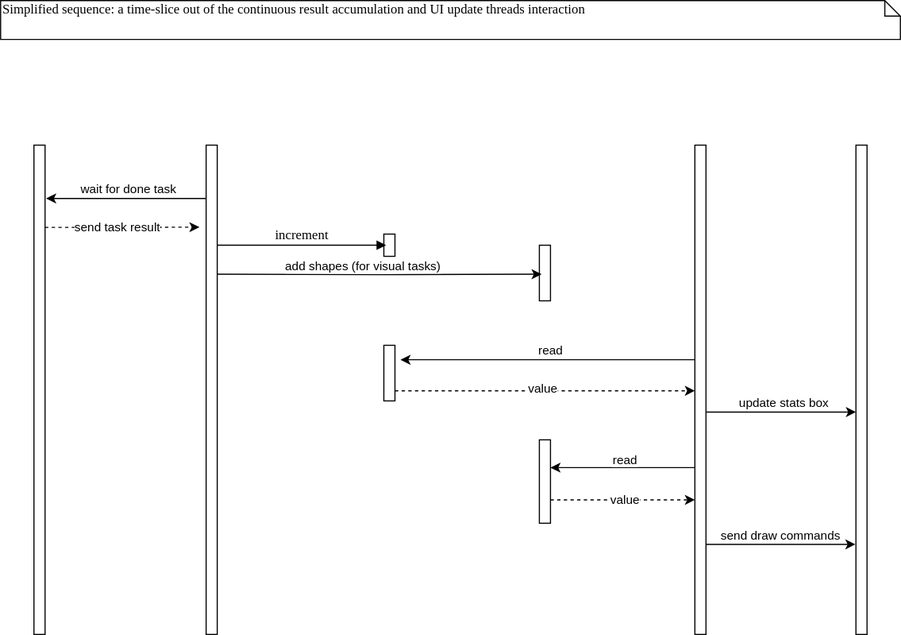
This is images/threadoff-result-handling.svg from cdonhofer/ThreadOff, a draw.io export, as it was before one commit. Source tidied: cells renumbered, new cells last; positions are measured from the earlier drawing's top-left corner, leaving out a move shared by most shapes.
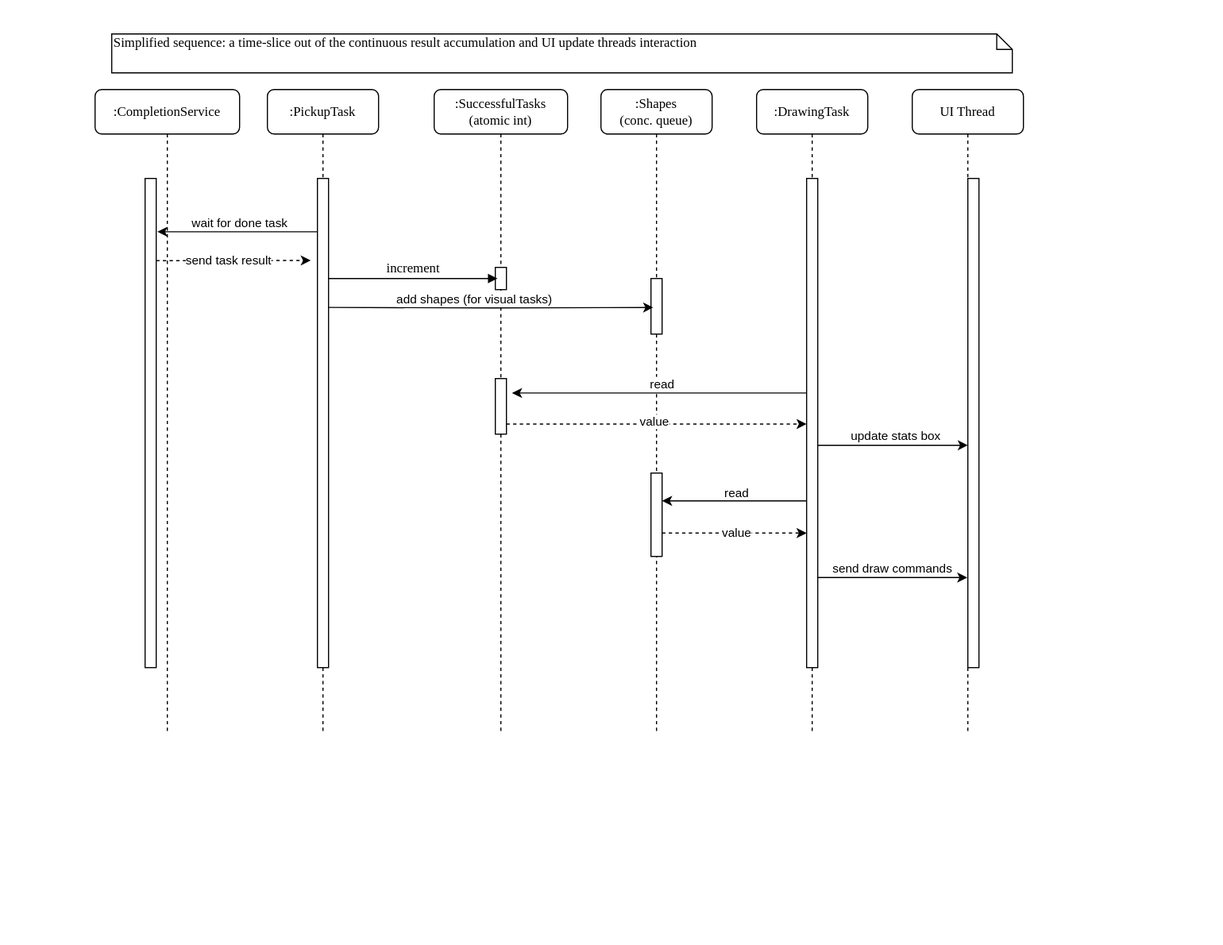
Later version of the same file.

Commit message:
* typos and improved diagram * renamed design page

Diff of the diagram source:
```diff
@@ -2,31 +2,49 @@
   <root>
     <mxCell id="0" />
     <mxCell id="1" parent="0" />
-    <mxCell id="2" style="html=1;points=[];perimeter=orthogonalPerimeter;rounded=0;shadow=0;comic=0;labelBackgroundColor=none;strokeWidth=1;fontFamily=Verdana;fontSize=12;align=center;" parent="1" vertex="1">
-      <mxGeometry x="185" y="130" width="10" height="440" as="geometry" />
-    </mxCell>
-    <mxCell id="3" style="html=1;points=[];perimeter=orthogonalPerimeter;rounded=0;shadow=0;comic=0;labelBackgroundColor=none;strokeWidth=1;fontFamily=Verdana;fontSize=12;align=center;" parent="1" vertex="1">
-      <mxGeometry x="345" y="210" width="10" height="20" as="geometry" />
-    </mxCell>
-    <mxCell id="4" style="html=1;points=[];perimeter=orthogonalPerimeter;rounded=0;shadow=0;comic=0;labelBackgroundColor=none;strokeWidth=1;fontFamily=Verdana;fontSize=12;align=center;" parent="1" vertex="1">
-      <mxGeometry x="345" y="310" width="10" height="50" as="geometry" />
-    </mxCell>
-    <mxCell id="5" style="html=1;points=[];perimeter=orthogonalPerimeter;rounded=0;shadow=0;comic=0;labelBackgroundColor=none;strokeWidth=1;fontFamily=Verdana;fontSize=12;align=center;" parent="1" vertex="1">
-      <mxGeometry x="485" y="395" width="10" height="75" as="geometry" />
-    </mxCell>
-    <mxCell id="6" style="html=1;points=[];perimeter=orthogonalPerimeter;rounded=0;shadow=0;comic=0;labelBackgroundColor=none;strokeWidth=1;fontFamily=Verdana;fontSize=12;align=center;" parent="1" vertex="1">
-      <mxGeometry x="625" y="130" width="10" height="440" as="geometry" />
-    </mxCell>
-    <mxCell id="7" style="html=1;points=[];perimeter=orthogonalPerimeter;rounded=0;shadow=0;comic=0;labelBackgroundColor=none;strokeWidth=1;fontFamily=Verdana;fontSize=12;align=center;" parent="1" vertex="1">
-      <mxGeometry x="30" y="130" width="10" height="440" as="geometry" />
-    </mxCell>
+    <mxCell id="30" value=":PickupTask" style="shape=umlLifeline;perimeter=lifelinePerimeter;whiteSpace=wrap;html=1;rounded=1;shadow=0;comic=0;labelBackgroundColor=none;strokeWidth=1;fontFamily=Verdana;fontSize=12;align=center;" parent="1" vertex="1">
+      <mxGeometry x="140" y="50" width="100" height="580" as="geometry" />
+    </mxCell>
+    <mxCell id="31" style="html=1;points=[];perimeter=orthogonalPerimeter;rounded=0;shadow=0;comic=0;labelBackgroundColor=none;strokeWidth=1;fontFamily=Verdana;fontSize=12;align=center;" parent="30" vertex="1">
+      <mxGeometry x="45" y="80" width="10" height="440" as="geometry" />
+    </mxCell>
+    <mxCell id="32" value="&lt;div&gt;:SuccessfulTasks&lt;/div&gt;&lt;div&gt;(atomic int)&lt;br&gt;&lt;/div&gt;" style="shape=umlLifeline;perimeter=lifelinePerimeter;whiteSpace=wrap;html=1;rounded=1;shadow=0;comic=0;labelBackgroundColor=none;strokeWidth=1;fontFamily=Verdana;fontSize=12;align=center;" parent="1" vertex="1">
+      <mxGeometry x="290" y="50" width="120" height="580" as="geometry" />
+    </mxCell>
+    <mxCell id="33" style="html=1;points=[];perimeter=orthogonalPerimeter;rounded=0;shadow=0;comic=0;labelBackgroundColor=none;strokeWidth=1;fontFamily=Verdana;fontSize=12;align=center;" parent="32" vertex="1">
+      <mxGeometry x="55" y="160" width="10" height="20" as="geometry" />
+    </mxCell>
+    <mxCell id="34" style="html=1;points=[];perimeter=orthogonalPerimeter;rounded=0;shadow=0;comic=0;labelBackgroundColor=none;strokeWidth=1;fontFamily=Verdana;fontSize=12;align=center;" parent="32" vertex="1">
+      <mxGeometry x="55" y="260" width="10" height="50" as="geometry" />
+    </mxCell>
+    <mxCell id="35" value="&lt;div&gt;:Shapes&lt;/div&gt;&lt;div&gt;(conc. queue)&lt;br&gt;&lt;/div&gt;" style="shape=umlLifeline;perimeter=lifelinePerimeter;whiteSpace=wrap;html=1;rounded=1;shadow=0;comic=0;labelBackgroundColor=none;strokeWidth=1;fontFamily=Verdana;fontSize=12;align=center;" parent="1" vertex="1">
+      <mxGeometry x="440" y="50" width="100" height="580" as="geometry" />
+    </mxCell>
+    <mxCell id="36" style="html=1;points=[];perimeter=orthogonalPerimeter;rounded=0;shadow=0;comic=0;labelBackgroundColor=none;strokeWidth=1;fontFamily=Verdana;fontSize=12;align=center;" parent="35" vertex="1">
+      <mxGeometry x="45" y="345" width="10" height="75" as="geometry" />
+    </mxCell>
+    <mxCell id="37" value=":DrawingTask" style="shape=umlLifeline;perimeter=lifelinePerimeter;whiteSpace=wrap;html=1;rounded=1;shadow=0;comic=0;labelBackgroundColor=none;strokeWidth=1;fontFamily=Verdana;fontSize=12;align=center;" parent="1" vertex="1">
+      <mxGeometry x="580" y="50" width="100" height="580" as="geometry" />
+    </mxCell>
+    <mxCell id="38" style="html=1;points=[];perimeter=orthogonalPerimeter;rounded=0;shadow=0;comic=0;labelBackgroundColor=none;strokeWidth=1;fontFamily=Verdana;fontSize=12;align=center;" parent="37" vertex="1">
+      <mxGeometry x="45" y="80" width="10" height="440" as="geometry" />
+    </mxCell>
+    <mxCell id="39" value="UI Thread" style="shape=umlLifeline;perimeter=lifelinePerimeter;whiteSpace=wrap;html=1;rounded=1;shadow=0;comic=0;labelBackgroundColor=none;strokeWidth=1;fontFamily=Verdana;fontSize=12;align=center;" parent="1" vertex="1">
+      <mxGeometry x="720" y="50" width="100" height="580" as="geometry" />
+    </mxCell>
+    <mxCell id="40" value="&lt;div&gt;:CompletionService&lt;/div&gt;" style="shape=umlLifeline;perimeter=lifelinePerimeter;whiteSpace=wrap;html=1;rounded=1;shadow=0;comic=0;labelBackgroundColor=none;strokeWidth=1;fontFamily=Verdana;fontSize=12;align=center;" parent="1" vertex="1">
+      <mxGeometry x="-15" y="50" width="130" height="580" as="geometry" />
+    </mxCell>
+    <mxCell id="41" style="html=1;points=[];perimeter=orthogonalPerimeter;rounded=0;shadow=0;comic=0;labelBackgroundColor=none;strokeWidth=1;fontFamily=Verdana;fontSize=12;align=center;" parent="40" vertex="1">
+      <mxGeometry x="45" y="80" width="10" height="440" as="geometry" />
+    </mxCell>
     <mxCell id="8" style="html=1;perimeter=orthogonalPerimeter;rounded=0;shadow=0;comic=0;labelBackgroundColor=none;strokeWidth=1;fontFamily=Verdana;fontSize=12;align=center;" parent="1" vertex="1">
       <mxGeometry x="485" y="220" width="10" height="50" as="geometry" />
     </mxCell>
     <mxCell id="9" style="html=1;points=[];perimeter=orthogonalPerimeter;rounded=0;shadow=0;comic=0;labelBackgroundColor=none;strokeWidth=1;fontFamily=Verdana;fontSize=12;align=center;" parent="1" vertex="1">
       <mxGeometry x="770" y="130" width="10" height="440" as="geometry" />
     </mxCell>
-    <mxCell id="10" value="increment" style="html=1;verticalAlign=bottom;endArrow=block;entryX=0.2;entryY=0.5;labelBackgroundColor=none;fontFamily=Verdana;fontSize=12;edgeStyle=elbowEdgeStyle;elbow=vertical;entryDx=0;entryDy=0;entryPerimeter=0;" parent="1" edge="1" target="3">
+    <mxCell id="10" value="increment" style="html=1;verticalAlign=bottom;endArrow=block;entryX=0.2;entryY=0.5;labelBackgroundColor=none;fontFamily=Verdana;fontSize=12;edgeStyle=elbowEdgeStyle;elbow=vertical;entryDx=0;entryDy=0;entryPerimeter=0;" parent="1" edge="1" target="33">
       <mxGeometry relative="1" as="geometry">
         <mxPoint x="195" y="220" as="sourcePoint" />
       </mxGeometry>
@@ -34,116 +52,116 @@
     <mxCell id="11" value="Simplified sequence: a time-slice out of the continuous result accumulation and UI update threads interaction" style="shape=note;whiteSpace=wrap;html=1;size=14;verticalAlign=top;align=left;spacingTop=-6;rounded=0;shadow=0;comic=0;labelBackgroundColor=none;strokeWidth=1;fontFamily=Verdana;fontSize=12;" parent="1" vertex="1">
       <mxGeometry width="810" height="35" as="geometry" />
     </mxCell>
-    <mxCell id="12" style="edgeStyle=orthogonalEdgeStyle;rounded=0;orthogonalLoop=1;jettySize=auto;html=1;entryX=0.2;entryY=0.417;entryDx=0;entryDy=0;entryPerimeter=0;" parent="1" edge="1">
-      <mxGeometry relative="1" as="geometry">
-        <mxPoint x="195" y="246" as="sourcePoint" />
-        <mxPoint x="487" y="246.1" as="targetPoint" />
-      </mxGeometry>
-    </mxCell>
+    <mxCell id="42" style="edgeStyle=orthogonalEdgeStyle;rounded=0;orthogonalLoop=1;jettySize=auto;html=1;entryX=0.2;entryY=0.417;entryDx=0;entryDy=0;entryPerimeter=0;" parent="1" edge="1">
+      <mxGeometry relative="1" as="geometry">
+        <mxPoint x="195" y="246" as="sourcePoint" />
+        <mxPoint x="487" y="246.1" as="targetPoint" />
+      </mxGeometry>
+    </mxCell>
-    <mxCell id="13" value="add shapes (for visual tasks)" style="edgeLabel;html=1;align=center;verticalAlign=middle;" parent="12" vertex="1">
+    <mxCell id="13" value="add shapes (for visual tasks)" style="edgeLabel;html=1;align=center;verticalAlign=middle;" parent="42" vertex="1">
       <mxGeometry x="-0.1" y="-1" relative="1" as="geometry">
         <mxPoint y="-9" as="offset" />
       </mxGeometry>
     </mxCell>
-    <mxCell id="14" style="edgeStyle=orthogonalEdgeStyle;rounded=0;orthogonalLoop=1;jettySize=auto;html=1;entryX=-0.6;entryY=0.178;entryDx=0;entryDy=0;entryPerimeter=0;dashed=1;" parent="1" edge="1">
-      <mxGeometry relative="1" as="geometry">
-        <mxPoint x="40" y="204" as="sourcePoint" />
-        <mxPoint x="179" y="203.8" as="targetPoint" />
-        <Array as="points">
-          <mxPoint x="80" y="204" />
-          <mxPoint x="80" y="204" />
-        </Array>
-      </mxGeometry>
-    </mxCell>
+    <mxCell id="43" style="edgeStyle=orthogonalEdgeStyle;rounded=0;orthogonalLoop=1;jettySize=auto;html=1;entryX=-0.6;entryY=0.178;entryDx=0;entryDy=0;entryPerimeter=0;dashed=1;" parent="1" edge="1">
+      <mxGeometry relative="1" as="geometry">
+        <mxPoint x="40" y="204" as="sourcePoint" />
+        <mxPoint x="179" y="203.8" as="targetPoint" />
+        <Array as="points">
+          <mxPoint x="80" y="204" />
+          <mxPoint x="80" y="204" />
+        </Array>
+      </mxGeometry>
+    </mxCell>
-    <mxCell id="15" value="send task result" style="edgeLabel;html=1;align=center;verticalAlign=middle;" parent="14" vertex="1">
+    <mxCell id="15" value="send task result" style="edgeLabel;html=1;align=center;verticalAlign=middle;" parent="43" vertex="1">
       <mxGeometry x="-0.07" relative="1" as="geometry" />
     </mxCell>
-    <mxCell id="16" style="edgeStyle=orthogonalEdgeStyle;rounded=0;jettySize=auto;html=1;entryX=1.5;entryY=0.26;entryDx=0;entryDy=0;entryPerimeter=0;" parent="1" edge="1" source="6" target="4">
-      <mxGeometry relative="1" as="geometry">
-        <Array as="points">
-          <mxPoint x="560" y="323" />
-          <mxPoint x="560" y="323" />
-        </Array>
-      </mxGeometry>
-    </mxCell>
+    <mxCell id="44" style="edgeStyle=orthogonalEdgeStyle;rounded=0;jettySize=auto;html=1;entryX=1.5;entryY=0.26;entryDx=0;entryDy=0;entryPerimeter=0;" parent="1" edge="1" source="38" target="34">
+      <mxGeometry relative="1" as="geometry">
+        <Array as="points">
+          <mxPoint x="560" y="323" />
+          <mxPoint x="560" y="323" />
+        </Array>
+      </mxGeometry>
+    </mxCell>
-    <mxCell id="17" value="&lt;div&gt;read&lt;/div&gt;" style="edgeLabel;html=1;align=center;verticalAlign=middle;" parent="16" vertex="1">
+    <mxCell id="17" value="&lt;div&gt;read&lt;/div&gt;" style="edgeLabel;html=1;align=center;verticalAlign=middle;" parent="44" vertex="1">
       <mxGeometry x="-0.01" relative="1" as="geometry">
         <mxPoint y="-9" as="offset" />
       </mxGeometry>
     </mxCell>
-    <mxCell id="18" style="edgeStyle=orthogonalEdgeStyle;rounded=0;jettySize=auto;html=1;entryX=0;entryY=0.502;entryDx=0;entryDy=0;entryPerimeter=0;dashed=1;" parent="1" edge="1" source="4" target="6">
-      <mxGeometry relative="1" as="geometry">
-        <Array as="points">
-          <mxPoint x="490" y="350" />
-        </Array>
-      </mxGeometry>
-    </mxCell>
-    <mxCell id="19" value="value" style="edgeLabel;html=1;align=center;verticalAlign=middle;" parent="18" vertex="1">
-      <mxGeometry x="-0.02" y="2" relative="1" as="geometry" />
-    </mxCell>
-    <mxCell id="20" style="edgeStyle=orthogonalEdgeStyle;rounded=0;jettySize=auto;html=1;entryX=1.1;entryY=0.109;entryDx=0;entryDy=0;entryPerimeter=0;" parent="1" edge="1" source="2" target="7">
-      <mxGeometry relative="1" as="geometry">
-        <Array as="points">
-          <mxPoint x="150" y="178" />
-          <mxPoint x="150" y="178" />
-        </Array>
-      </mxGeometry>
-    </mxCell>
+    <mxCell id="45" style="edgeStyle=orthogonalEdgeStyle;rounded=0;jettySize=auto;html=1;entryX=0;entryY=0.502;entryDx=0;entryDy=0;entryPerimeter=0;dashed=1;" parent="1" edge="1" source="34" target="38">
+      <mxGeometry relative="1" as="geometry">
+        <Array as="points">
+          <mxPoint x="490" y="350" />
+        </Array>
+      </mxGeometry>
+    </mxCell>
+    <mxCell id="46" value="value" style="edgeLabel;html=1;align=center;verticalAlign=middle;" parent="45" vertex="1">
+      <mxGeometry x="-0.02" y="2" relative="1" as="geometry" />
+    </mxCell>
+    <mxCell id="47" style="edgeStyle=orthogonalEdgeStyle;rounded=0;jettySize=auto;html=1;entryX=1.1;entryY=0.109;entryDx=0;entryDy=0;entryPerimeter=0;" parent="1" edge="1" source="31" target="41">
+      <mxGeometry relative="1" as="geometry">
+        <Array as="points">
+          <mxPoint x="150" y="178" />
+          <mxPoint x="150" y="178" />
+        </Array>
+      </mxGeometry>
+    </mxCell>
-    <mxCell id="21" value="wait for done task" style="edgeLabel;html=1;align=center;verticalAlign=middle;" parent="20" vertex="1">
+    <mxCell id="21" value="wait for done task" style="edgeLabel;html=1;align=center;verticalAlign=middle;" parent="47" vertex="1">
       <mxGeometry x="-0.01" y="-6" relative="1" as="geometry">
         <mxPoint y="-2" as="offset" />
       </mxGeometry>
     </mxCell>
-    <mxCell id="22" style="edgeStyle=orthogonalEdgeStyle;rounded=0;jettySize=auto;html=1;" parent="1" edge="1" source="6" target="9">
-      <mxGeometry relative="1" as="geometry">
-        <Array as="points">
-          <mxPoint x="740" y="370" />
-          <mxPoint x="740" y="370" />
-        </Array>
-      </mxGeometry>
-    </mxCell>
+    <mxCell id="48" style="edgeStyle=orthogonalEdgeStyle;rounded=0;jettySize=auto;html=1;" parent="1" edge="1" source="38" target="9">
+      <mxGeometry relative="1" as="geometry">
+        <Array as="points">
+          <mxPoint x="740" y="370" />
+          <mxPoint x="740" y="370" />
+        </Array>
+      </mxGeometry>
+    </mxCell>
-    <mxCell id="23" value="update stats box" style="edgeLabel;html=1;align=center;verticalAlign=middle;" parent="22" vertex="1">
+    <mxCell id="23" value="update stats box" style="edgeLabel;html=1;align=center;verticalAlign=middle;" parent="48" vertex="1">
       <mxGeometry x="0.02" y="1" relative="1" as="geometry">
         <mxPoint y="-8" as="offset" />
       </mxGeometry>
     </mxCell>
-    <mxCell id="24" style="edgeStyle=orthogonalEdgeStyle;rounded=0;jettySize=auto;html=1;" parent="1" edge="1" source="6" target="5">
-      <mxGeometry relative="1" as="geometry">
-        <Array as="points">
-          <mxPoint x="590" y="420" />
-          <mxPoint x="590" y="420" />
-        </Array>
-      </mxGeometry>
-    </mxCell>
+    <mxCell id="49" style="edgeStyle=orthogonalEdgeStyle;rounded=0;jettySize=auto;html=1;" parent="1" edge="1" source="38" target="36">
+      <mxGeometry relative="1" as="geometry">
+        <Array as="points">
+          <mxPoint x="590" y="420" />
+          <mxPoint x="590" y="420" />
+        </Array>
+      </mxGeometry>
+    </mxCell>
-    <mxCell id="25" value="read" style="edgeLabel;html=1;align=center;verticalAlign=middle;" parent="24" vertex="1">
+    <mxCell id="25" value="read" style="edgeLabel;html=1;align=center;verticalAlign=middle;" parent="49" vertex="1">
       <mxGeometry x="-0.02" y="-2" relative="1" as="geometry">
         <mxPoint y="-6" as="offset" />
       </mxGeometry>
     </mxCell>
-    <mxCell id="26" style="edgeStyle=orthogonalEdgeStyle;rounded=0;jettySize=auto;html=1;entryX=0;entryY=0.725;entryDx=0;entryDy=0;entryPerimeter=0;dashed=1;" parent="1" edge="1" source="5" target="6">
-      <mxGeometry relative="1" as="geometry">
-        <Array as="points">
-          <mxPoint x="530" y="449" />
-          <mxPoint x="530" y="449" />
-        </Array>
-      </mxGeometry>
-    </mxCell>
-    <mxCell id="27" value="value" style="edgeLabel;html=1;align=center;verticalAlign=middle;" parent="26" vertex="1">
-      <mxGeometry x="0.02" y="-3" relative="1" as="geometry">
-        <mxPoint y="-4" as="offset" />
-      </mxGeometry>
-    </mxCell>
-    <mxCell id="28" style="edgeStyle=orthogonalEdgeStyle;rounded=0;orthogonalLoop=1;jettySize=auto;html=1;" parent="1" edge="1">
-      <mxGeometry relative="1" as="geometry">
-        <mxPoint x="635" y="489" as="sourcePoint" />
-        <mxPoint x="769.5" y="489" as="targetPoint" />
-        <Array as="points">
-          <mxPoint x="660" y="489" />
-          <mxPoint x="660" y="489" />
-        </Array>
-      </mxGeometry>
-    </mxCell>
+    <mxCell id="50" style="edgeStyle=orthogonalEdgeStyle;rounded=0;jettySize=auto;html=1;entryX=0;entryY=0.725;entryDx=0;entryDy=0;entryPerimeter=0;dashed=1;" parent="1" edge="1" source="36" target="38">
+      <mxGeometry relative="1" as="geometry">
+        <Array as="points">
+          <mxPoint x="530" y="449" />
+          <mxPoint x="530" y="449" />
+        </Array>
+      </mxGeometry>
+    </mxCell>
+    <mxCell id="51" value="value" style="edgeLabel;html=1;align=center;verticalAlign=middle;" parent="50" vertex="1">
+      <mxGeometry x="0.02" y="-3" relative="1" as="geometry">
+        <mxPoint y="-4" as="offset" />
+      </mxGeometry>
+    </mxCell>
+    <mxCell id="52" style="edgeStyle=orthogonalEdgeStyle;rounded=0;orthogonalLoop=1;jettySize=auto;html=1;" parent="1" edge="1">
+      <mxGeometry relative="1" as="geometry">
+        <mxPoint x="635" y="489" as="sourcePoint" />
+        <mxPoint x="769.5" y="489" as="targetPoint" />
+        <Array as="points">
+          <mxPoint x="660" y="489" />
+          <mxPoint x="660" y="489" />
+        </Array>
+      </mxGeometry>
+    </mxCell>
-    <mxCell id="29" value="send draw commands" style="edgeLabel;html=1;align=center;verticalAlign=middle;" parent="28" vertex="1">
+    <mxCell id="29" value="send draw commands" style="edgeLabel;html=1;align=center;verticalAlign=middle;" parent="52" vertex="1">
       <mxGeometry x="-0.02" y="2" relative="1" as="geometry">
         <mxPoint y="-7" as="offset" />
       </mxGeometry>
```
